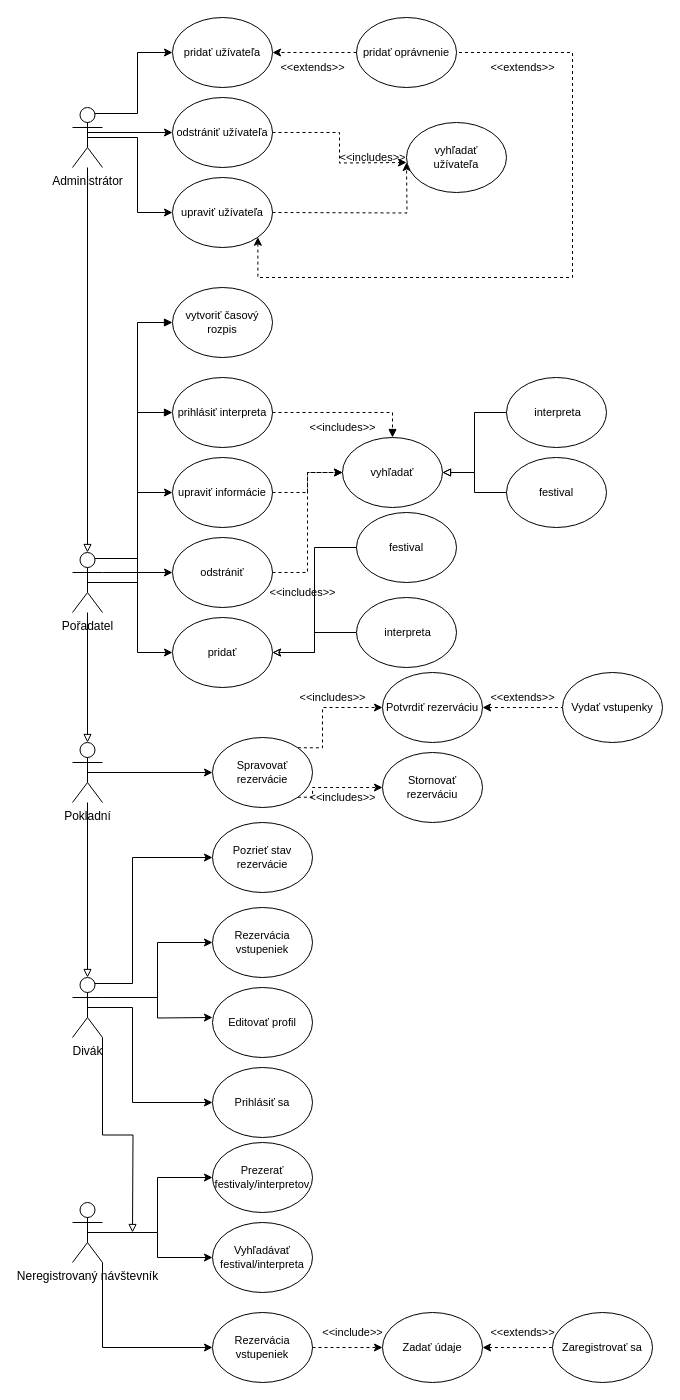
Before: doc/iis_usecase.drawio in palko08/IIS20, a draw.io diagram. Source tidied: cells renumbered, new cells numbered last; positions are measured from the earlier drawing's top-left corner, leaving out a move shared by most shapes. Both pictures are drawn from the tidied source at 100%, with x=0, y=0 at pixel (72, 17).
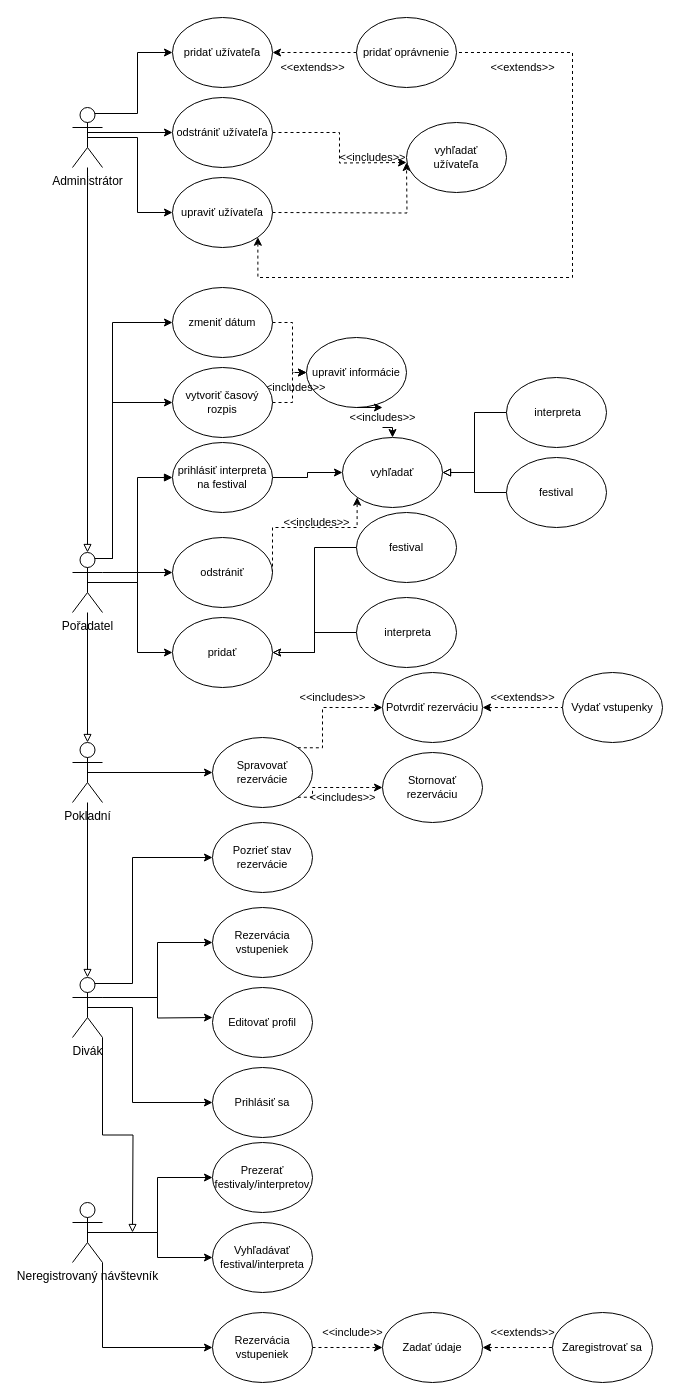
The same diagram, later.

Commit message:
fix use case

Unchanged cells that the change refers to:
```xml
<mxCell id="13" value="Pořadatel" style="shape=umlActor;verticalLabelPosition=bottom;verticalAlign=top;html=1;outlineConnect=0;" parent="1" vertex="1">
  <mxGeometry y="535" width="30" height="60" as="geometry" />
</mxCell>
<mxCell id="58" value="odstrániť" style="ellipse;whiteSpace=wrap;html=1;fontSize=11;" parent="1" vertex="1">
  <mxGeometry x="100" y="520" width="100" height="70" as="geometry" />
</mxCell>
<mxCell id="59" value="vyhľadať" style="ellipse;whiteSpace=wrap;html=1;fontSize=11;" parent="1" vertex="1">
  <mxGeometry x="270" y="420" width="100" height="70" as="geometry" />
</mxCell>
```

Change to the diagram source:
```diff
@@
-    <mxCell id="9" style="edgeStyle=orthogonalEdgeStyle;rounded=0;jettySize=auto;html=1;exitX=0.5;exitY=0.5;exitDx=0;exitDy=0;exitPerimeter=0;entryX=0;entryY=0.5;entryDx=0;entryDy=0;startArrow=none;startFill=0;endArrow=classic;endFill=1;fontSize=11;" parent="1" edge="1" source="13" target="56">
-      <mxGeometry relative="1" as="geometry" />
-    </mxCell>
@@
+    <mxCell id="81" style="edgeStyle=orthogonalEdgeStyle;rounded=0;jettySize=auto;html=1;exitX=0.75;exitY=0.1;exitDx=0;exitDy=0;exitPerimeter=0;entryX=0;entryY=0.5;entryDx=0;entryDy=0;" parent="1" edge="1" source="13" target="85">
+      <mxGeometry relative="1" as="geometry">
+        <Array as="points">
+          <mxPoint x="40" y="541" />
+          <mxPoint x="40" y="385" />
+        </Array>
+      </mxGeometry>
+    </mxCell>
-    <mxCell id="12" style="edgeStyle=orthogonalEdgeStyle;rounded=0;jettySize=auto;html=1;exitX=0.75;exitY=0.1;exitDx=0;exitDy=0;exitPerimeter=0;entryX=0;entryY=0.5;entryDx=0;entryDy=0;startArrow=none;startFill=0;endArrow=block;endFill=1;fontSize=11;" parent="1" edge="1" source="13" target="75">
-      <mxGeometry relative="1" as="geometry" />
+    <mxCell id="12" style="edgeStyle=orthogonalEdgeStyle;rounded=0;jettySize=auto;html=1;exitX=0.75;exitY=0.1;exitDx=0;exitDy=0;exitPerimeter=0;entryX=0;entryY=0.5;entryDx=0;entryDy=0;" parent="1" edge="1" source="13" target="75">
+      <mxGeometry relative="1" as="geometry">
+        <Array as="points">
+          <mxPoint x="40" y="541" />
+          <mxPoint x="40" y="305" />
+        </Array>
+      </mxGeometry>
     </mxCell>
@@
-    <mxCell id="55" style="edgeStyle=orthogonalEdgeStyle;rounded=0;jettySize=auto;html=1;exitX=1;exitY=0.5;exitDx=0;exitDy=0;entryX=0;entryY=0.5;entryDx=0;entryDy=0;startArrow=none;startFill=0;endArrow=classic;endFill=1;fontSize=11;dashed=1;" parent="1" edge="1" source="56" target="59">
-      <mxGeometry relative="1" as="geometry" />
-    </mxCell>
+    <mxCell id="82" style="edgeStyle=orthogonalEdgeStyle;rounded=0;jettySize=auto;html=1;exitX=0.5;exitY=1;exitDx=0;exitDy=0;entryX=0.5;entryY=0;entryDx=0;entryDy=0;" parent="1" edge="1" source="86" target="59">
+      <mxGeometry relative="1" as="geometry" />
+    </mxCell>
     <mxCell id="56" value="upraviť informácie" style="ellipse;whiteSpace=wrap;html=1;fontSize=11;" parent="1" vertex="1">
-      <mxGeometry x="100" y="440" width="100" height="70" as="geometry" />
+      <mxGeometry x="234" y="320" width="100" height="70" as="geometry" />
     </mxCell>
-    <mxCell id="57" style="edgeStyle=orthogonalEdgeStyle;rounded=0;jettySize=auto;html=1;exitX=1;exitY=0.5;exitDx=0;exitDy=0;entryX=0;entryY=0.5;entryDx=0;entryDy=0;startArrow=none;startFill=0;endArrow=classic;endFill=1;fontSize=11;dashed=1;" parent="1" edge="1" source="58" target="59">
-      <mxGeometry relative="1" as="geometry" />
+    <mxCell id="57" style="edgeStyle=orthogonalEdgeStyle;rounded=0;jettySize=auto;html=1;exitX=1;exitY=0.5;exitDx=0;exitDy=0;entryX=0;entryY=1;entryDx=0;entryDy=0;dashed=1;" parent="1" edge="1" source="58" target="59">
+      <mxGeometry relative="1" as="geometry">
+        <Array as="points">
+          <mxPoint x="200" y="510" />
+          <mxPoint x="285" y="510" />
+        </Array>
+      </mxGeometry>
     </mxCell>
@@
     <mxCell id="60" value="&amp;lt;&amp;lt;includes&amp;gt;&amp;gt;" style="text;html=1;align=center;verticalAlign=middle;fontSize=11;" parent="1" vertex="1">
-      <mxGeometry x="190" y="565" width="80" height="20" as="geometry" />
+      <mxGeometry x="204" y="495" width="80" height="20" as="geometry" />
     </mxCell>
@@
-    <mxCell id="72" style="edgeStyle=orthogonalEdgeStyle;rounded=0;jettySize=auto;html=1;exitX=1;exitY=0.5;exitDx=0;exitDy=0;entryX=0.5;entryY=0;entryDx=0;entryDy=0;startArrow=none;startFill=0;endArrow=block;endFill=1;fontSize=11;dashed=1;" parent="1" edge="1" source="73" target="59">
+    <mxCell id="72" style="edgeStyle=orthogonalEdgeStyle;rounded=0;jettySize=auto;html=1;exitX=1;exitY=0.5;exitDx=0;exitDy=0;entryX=0;entryY=0.5;entryDx=0;entryDy=0;" parent="1" edge="1" source="73" target="59">
       <mxGeometry relative="1" as="geometry" />
     </mxCell>
-    <mxCell id="73" value="prihlásiť interpreta" style="ellipse;whiteSpace=wrap;html=1;fontSize=11;" parent="1" vertex="1">
-      <mxGeometry x="100" y="360" width="100" height="70" as="geometry" />
+    <mxCell id="73" value="prihlásiť interpreta&lt;br&gt;na festival" style="ellipse;whiteSpace=wrap;html=1;fontSize=11;" parent="1" vertex="1">
+      <mxGeometry x="100" y="425" width="100" height="70" as="geometry" />
     </mxCell>
     <mxCell id="74" value="&amp;lt;&amp;lt;includes&amp;gt;&amp;gt;" style="text;html=1;align=center;verticalAlign=middle;fontSize=11;" parent="1" vertex="1">
-      <mxGeometry x="230" y="400" width="80" height="20" as="geometry" />
+      <mxGeometry x="180" y="360" width="80" height="20" as="geometry" />
     </mxCell>
+    <mxCell id="83" style="edgeStyle=orthogonalEdgeStyle;rounded=0;jettySize=auto;html=1;exitX=1;exitY=0.5;exitDx=0;exitDy=0;entryX=0;entryY=0.5;entryDx=0;entryDy=0;dashed=1;" parent="1" edge="1" source="75" target="56">
+      <mxGeometry relative="1" as="geometry" />
+    </mxCell>
-    <mxCell id="75" value="vytvoriť časový rozpis" style="ellipse;whiteSpace=wrap;html=1;fontSize=11;" parent="1" vertex="1">
+    <mxCell id="75" value="zmeniť dátum" style="ellipse;whiteSpace=wrap;html=1;fontSize=11;" parent="1" vertex="1">
       <mxGeometry x="100" y="270" width="100" height="70" as="geometry" />
     </mxCell>
@@
+    <mxCell id="84" style="edgeStyle=orthogonalEdgeStyle;rounded=0;jettySize=auto;html=1;exitX=1;exitY=0.5;exitDx=0;exitDy=0;entryX=0;entryY=0.5;entryDx=0;entryDy=0;dashed=1;" parent="1" edge="1" source="85" target="56">
+      <mxGeometry relative="1" as="geometry" />
+    </mxCell>
+    <mxCell id="85" value="vytvoriť časový rozpis" style="ellipse;whiteSpace=wrap;html=1;fontSize=11;" parent="1" vertex="1">
+      <mxGeometry x="100" y="350" width="100" height="70" as="geometry" />
+    </mxCell>
+    <mxCell id="86" value="&amp;lt;&amp;lt;includes&amp;gt;&amp;gt;" style="text;html=1;align=center;verticalAlign=middle;points=[];fontSize=11;" parent="1" vertex="1">
+      <mxGeometry x="270" y="390" width="80" height="20" as="geometry" />
+    </mxCell>
+    <mxCell id="87" style="edgeStyle=orthogonalEdgeStyle;rounded=0;jettySize=auto;html=1;exitX=0.5;exitY=1;exitDx=0;exitDy=0;entryX=0.5;entryY=0;entryDx=0;entryDy=0;" parent="1" edge="1" source="56" target="86">
+      <mxGeometry relative="1" as="geometry" />
+    </mxCell>
```
